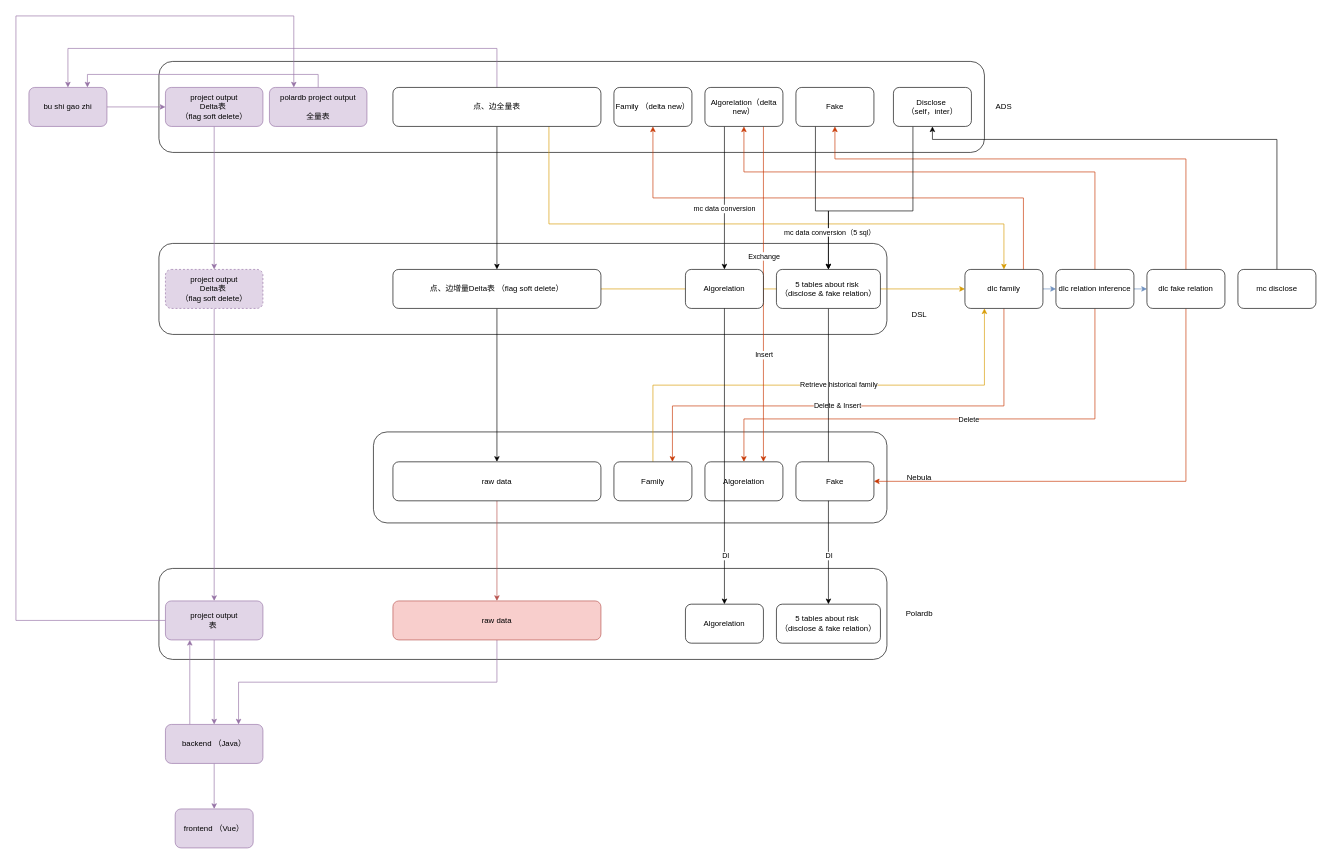
The draw.io diagram page "Page-2" (2 of 2) of 友邦/友邦等级评定数据图.drawio in XiaoLiuAI/diagrams, before the edit. Source tidied: cells renumbered, new cells numbered last; positions are measured from the earlier drawing's top-left corner, leaving out a move shared by most shapes. Both pictures are drawn from the tidied source at 65%, with x=0, y=0 at pixel (16, 16).
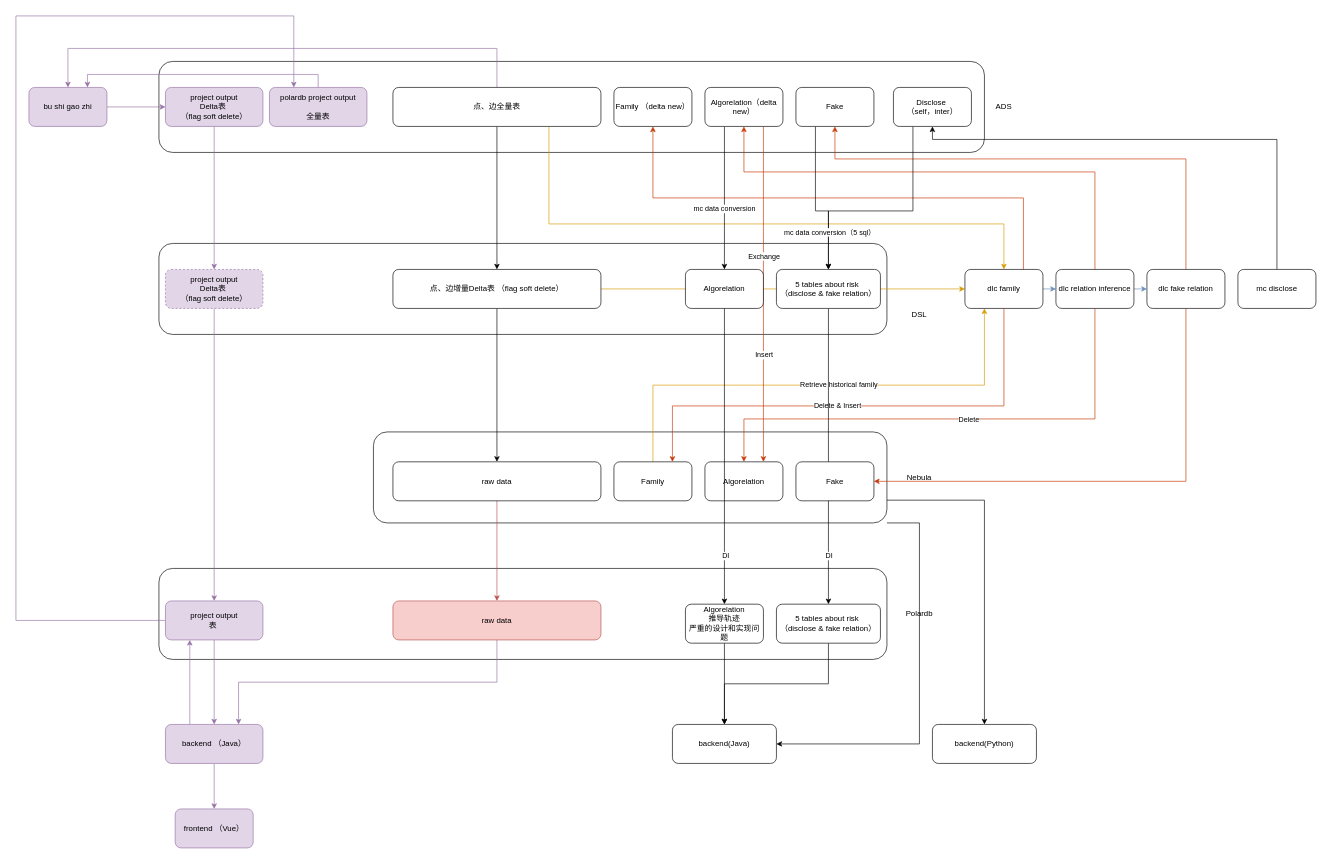
After the change.

Commit message:
更新友邦等级评定数据图.drawio

The change refers to these unchanged cells:
```xml
<mxCell id="3" style="rounded=1;whiteSpace=wrap;html=1;" parent="1" vertex="1">
  <mxGeometry x="550" y="640" width="790" height="140" as="geometry" />
</mxCell>
<mxCell id="57" value="5 tables about risk&amp;nbsp;&lt;div&gt;（disclose &amp;amp; fake relation）&lt;/div&gt;" style="rounded=1;whiteSpace=wrap;html=1;" parent="1" vertex="1">
  <mxGeometry x="1170" y="905" width="160" height="60" as="geometry" />
</mxCell>
```

What changed in the source:
```diff
@@
+    <mxCell id="76" style="edgeStyle=orthogonalEdgeStyle;rounded=0;jettySize=auto;html=1;exitX=1;exitY=0.75;exitDx=0;exitDy=0;" parent="1" edge="1" source="3" target="81">
+      <mxGeometry relative="1" as="geometry" />
+    </mxCell>
+    <mxCell id="77" style="edgeStyle=orthogonalEdgeStyle;rounded=0;jettySize=auto;html=1;exitX=1;exitY=1;exitDx=0;exitDy=0;entryX=1;entryY=0.5;entryDx=0;entryDy=0;" parent="1" edge="1" source="3" target="80">
+      <mxGeometry relative="1" as="geometry">
+        <Array as="points">
+          <mxPoint x="1390" y="780" />
+          <mxPoint x="1390" y="1120" />
+        </Array>
+      </mxGeometry>
+    </mxCell>
@@
+    <mxCell id="78" style="edgeStyle=orthogonalEdgeStyle;rounded=0;jettySize=auto;html=1;exitX=0.5;exitY=1;exitDx=0;exitDy=0;" parent="1" edge="1" source="48" target="80">
+      <mxGeometry relative="1" as="geometry" />
+    </mxCell>
-    <mxCell id="48" value="Algorelation" style="rounded=1;whiteSpace=wrap;html=1;" parent="1" vertex="1">
+    <mxCell id="48" value="Algorelation&lt;div&gt;推导轨迹&lt;/div&gt;&lt;div&gt;严重的设计和实现问题&lt;/div&gt;" style="rounded=1;whiteSpace=wrap;html=1;" parent="1" vertex="1">
       <mxGeometry x="1030" y="905" width="120" height="60" as="geometry" />
     </mxCell>
@@
+    <mxCell id="79" style="edgeStyle=orthogonalEdgeStyle;rounded=0;jettySize=auto;html=1;exitX=0.5;exitY=1;exitDx=0;exitDy=0;entryX=0.5;entryY=0;entryDx=0;entryDy=0;" parent="1" edge="1" source="57" target="80">
+      <mxGeometry relative="1" as="geometry" />
+    </mxCell>
@@
+    <mxCell id="80" value="backend(Java)" style="rounded=1;whiteSpace=wrap;html=1;" parent="1" vertex="1">
+      <mxGeometry x="1010" y="1090" width="160" height="60" as="geometry" />
+    </mxCell>
+    <mxCell id="81" value="backend(Python)" style="rounded=1;whiteSpace=wrap;html=1;" parent="1" vertex="1">
+      <mxGeometry x="1410" y="1090" width="160" height="60" as="geometry" />
+    </mxCell>
```
